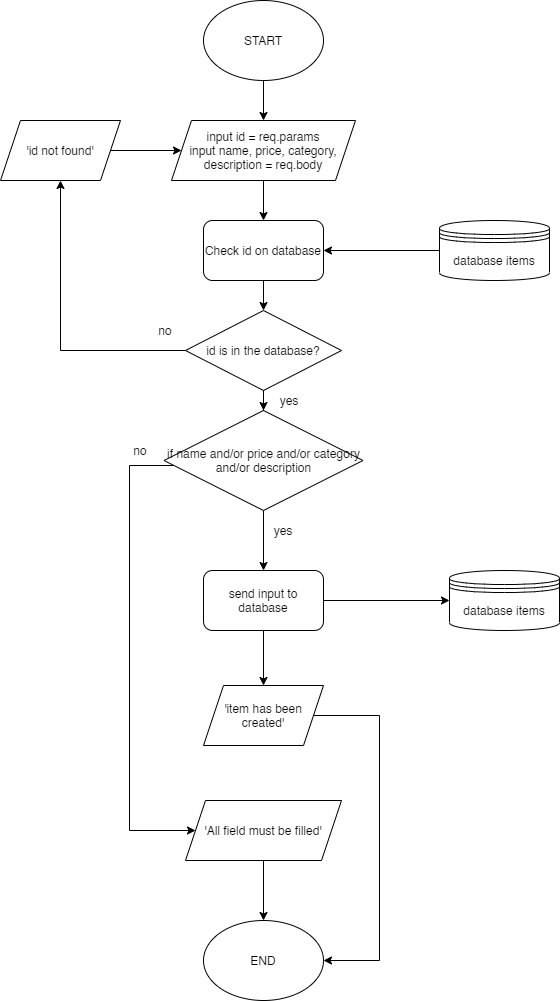
Earlier version of the draw.io export flowchart items - patch.png (f-chilmi/express-backend). Source tidied: cells renumbered, new cells last; positions are measured from the earlier drawing's top-left corner, leaving out a move shared by most shapes.
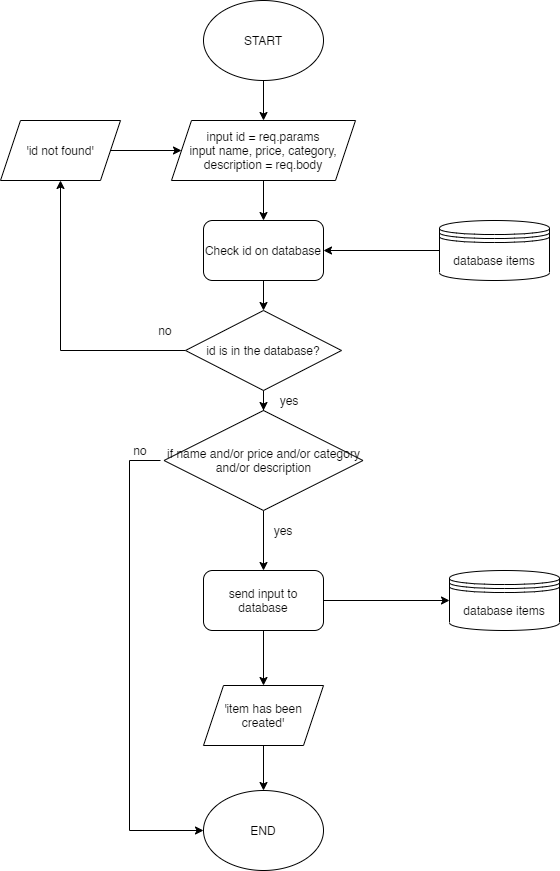
Later version of the same file.

The edit, as a diff of the source:
```diff
@@ -17,14 +17,6 @@
     <mxCell id="6" style="edgeStyle=orthogonalEdgeStyle;rounded=0;jettySize=auto;html=1;" parent="1" edge="1" source="8" target="11">
       <mxGeometry relative="1" as="geometry" />
     </mxCell>
-    <mxCell id="7" style="edgeStyle=orthogonalEdgeStyle;rounded=0;jettySize=auto;html=1;entryX=0;entryY=0.5;entryDx=0;entryDy=0;" parent="1" edge="1" source="8" target="15">
-      <mxGeometry relative="1" as="geometry">
-        <Array as="points">
-          <mxPoint x="129" y="465" />
-          <mxPoint x="129" y="830" />
-        </Array>
-      </mxGeometry>
-    </mxCell>
     <mxCell id="8" value="if name and/or price and/or category and/or description" style="rhombus;whiteSpace=wrap;html=1;" parent="1" vertex="1">
       <mxGeometry x="163.5" y="410" width="199" height="100" as="geometry" />
     </mxCell>
@@ -37,26 +29,23 @@
     <mxCell id="11" value="send input to database" style="rounded=1;whiteSpace=wrap;html=1;" parent="1" vertex="1">
       <mxGeometry x="203" y="570" width="120" height="60" as="geometry" />
     </mxCell>
-    <mxCell id="12" style="edgeStyle=orthogonalEdgeStyle;rounded=0;jettySize=auto;html=1;exitX=1;exitY=0.5;exitDx=0;exitDy=0;entryX=1;entryY=0.5;entryDx=0;entryDy=0;" parent="1" edge="1" source="13" target="19">
-      <mxGeometry relative="1" as="geometry">
-        <Array as="points">
-          <mxPoint x="379" y="715" />
-          <mxPoint x="379" y="960" />
-        </Array>
-      </mxGeometry>
+    <mxCell id="12" style="edgeStyle=orthogonalEdgeStyle;rounded=0;jettySize=auto;html=1;" parent="1" edge="1" source="13" target="19">
+      <mxGeometry relative="1" as="geometry" />
     </mxCell>
     <mxCell id="13" value="'item has been created'" style="shape=parallelogram;perimeter=parallelogramPerimeter;whiteSpace=wrap;html=1;fixedSize=1;" parent="1" vertex="1">
       <mxGeometry x="203" y="685" width="120" height="60" as="geometry" />
     </mxCell>
-    <mxCell id="14" style="edgeStyle=orthogonalEdgeStyle;rounded=0;jettySize=auto;html=1;" parent="1" edge="1" source="15" target="19">
-      <mxGeometry relative="1" as="geometry" />
-    </mxCell>
-    <mxCell id="15" value="'All field must be filled'" style="shape=parallelogram;perimeter=parallelogramPerimeter;whiteSpace=wrap;html=1;fixedSize=1;" parent="1" vertex="1">
-      <mxGeometry x="185" y="800" width="156" height="60" as="geometry" />
-    </mxCell>
     <mxCell id="16" value="database items" style="shape=datastore;whiteSpace=wrap;html=1;" parent="1" vertex="1">
       <mxGeometry x="449" y="570" width="110" height="60" as="geometry" />
     </mxCell>
+    <mxCell id="31" style="edgeStyle=orthogonalEdgeStyle;rounded=0;jettySize=auto;html=1;exitX=1;exitY=1;exitDx=0;exitDy=0;entryX=0;entryY=0.5;entryDx=0;entryDy=0;" parent="1" edge="1" source="17" target="19">
+      <mxGeometry relative="1" as="geometry">
+        <Array as="points">
+          <mxPoint x="129" y="460" />
+          <mxPoint x="129" y="830" />
+        </Array>
+      </mxGeometry>
+    </mxCell>
     <mxCell id="17" value="no" style="text;html=1;strokeColor=none;fillColor=none;align=center;verticalAlign=middle;whiteSpace=wrap;rounded=0;" parent="1" vertex="1">
       <mxGeometry x="120" y="440" width="40" height="20" as="geometry" />
     </mxCell>
@@ -64,7 +53,7 @@
       <mxGeometry x="263" y="520" width="40" height="20" as="geometry" />
     </mxCell>
     <mxCell id="19" value="END" style="ellipse;whiteSpace=wrap;html=1;" parent="1" vertex="1">
-      <mxGeometry x="203" y="920" width="120" height="80" as="geometry" />
+      <mxGeometry x="203" y="790" width="120" height="80" as="geometry" />
     </mxCell>
     <mxCell id="20" style="edgeStyle=orthogonalEdgeStyle;rounded=0;jettySize=auto;html=1;" parent="1" edge="1" source="21" target="26">
       <mxGeometry relative="1" as="geometry" />
```
